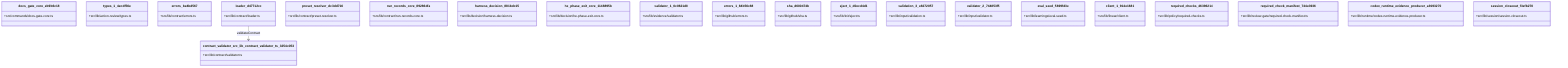
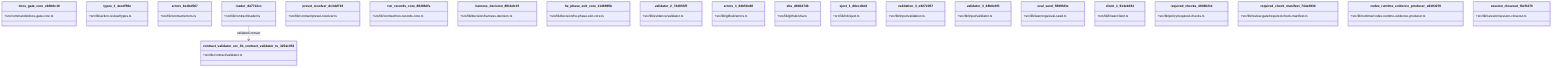
classDiagram
  class docs_gate_core_eb9b6c18 {
    +src/commands/docs-gate-core.ts
  }
  class types_1_4ecdf56e {
    +src/lib/action-review/types.ts
  }
  class errors_be4bd567 {
    +src/lib/contract/errors.ts
  }
  class loader_d47712cc {
    +src/lib/contract/loader.ts
  }
  class preset_resolver_dc3dd716 {
    +src/lib/contract/preset-resolver.ts
  }
  class run_records_core_89286dfa {
    +src/lib/contract/run-records-core.ts
  }
  class harness_decision_881bdc15 {
    +src/lib/decision/harness-decision.ts
  }
  class he_phase_exit_core_1148895b {
    +src/lib/decision/he-phase-exit-core.ts
  }
-   class validator_1_0c0621d8 {
+   class validator_2_744853f5 {
    +src/lib/evidence/validator.ts
  }
  class errors_1_84b56c88 {
    +src/lib/github/errors.ts
  }
  class sha_d600474b {
    +src/lib/github/sha.ts
  }
  class eject_1_d0ecd4d1 {
    +src/lib/init/eject.ts
  }
  class validation_3_e8272057 {
    +src/lib/input/validation.ts
  }
-   class validator_2_744853f5 {
+   class validator_3_28b6e9f3 {
    +src/lib/input/validator.ts
  }
  class eval_seed_5699fd3e {
    +src/lib/learnings/eval-seed.ts
  }
  class client_1_914e1681 {
    +src/lib/linear/client.ts
  }
  class required_checks_46396214 {
    +src/lib/policy/required-checks.ts
  }
  class required_check_manifest_744e3936 {
    +src/lib/review-gate/required-check-manifest.ts
  }
  class codex_runtime_evidence_producer_a9193270 {
    +src/lib/runtime/codex-runtime-evidence-producer.ts
  }
  class session_closeout_f3efb270 {
    +src/lib/session/session-closeout.ts
  }
  class contract_validator_src_lib_contract_validator_ts_3254c053 {
    +src/lib/contract/validator.ts
  }
  loader_d47712cc --> contract_validator_src_lib_contract_validator_ts_3254c053 : validateContract
